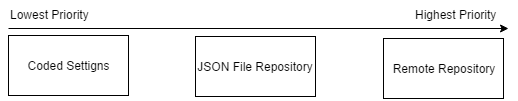
Earlier version of the draw.io export settings4net_architecture.png (rafaelumlei/settings4net). Source tidied: cells renumbered, new cells last; positions are measured from the earlier drawing's top-left corner, leaving out a move shared by most shapes.
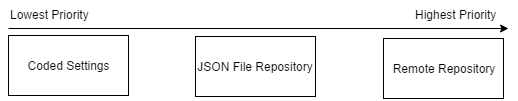
Above is the later version.

Commit message:
updating png image to correct typo

What changed in the source:
```diff
@@ -2,7 +2,7 @@
   <root>
     <mxCell id="0" />
     <mxCell id="1" parent="0" />
-    <mxCell id="2" value="Coded Settigns" style="whiteSpace=wrap;html=1;" parent="1" vertex="1">
+    <mxCell id="2" value="Coded Settings" style="whiteSpace=wrap;html=1;" parent="1" vertex="1">
       <mxGeometry y="34" width="120" height="60" as="geometry" />
     </mxCell>
     <mxCell id="3" value="JSON File Repository" style="whiteSpace=wrap;html=1;" parent="1" vertex="1">
```
